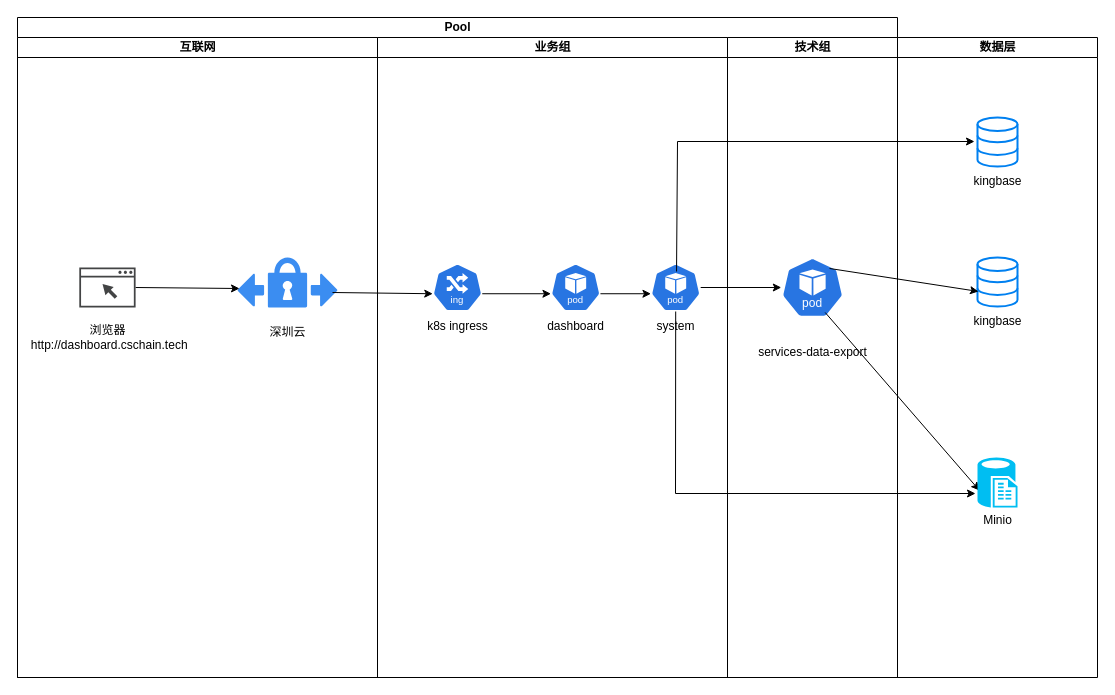
The draw.io diagram 监管服务.drawio in b897846872/blogbackui, before the edit. Source tidied: cells renumbered, new cells numbered last; positions are measured from the earlier drawing's top-left corner, leaving out a move shared by most shapes. Both pictures are drawn from the tidied source at 100%, with x=0, y=0 at pixel (17, 17).
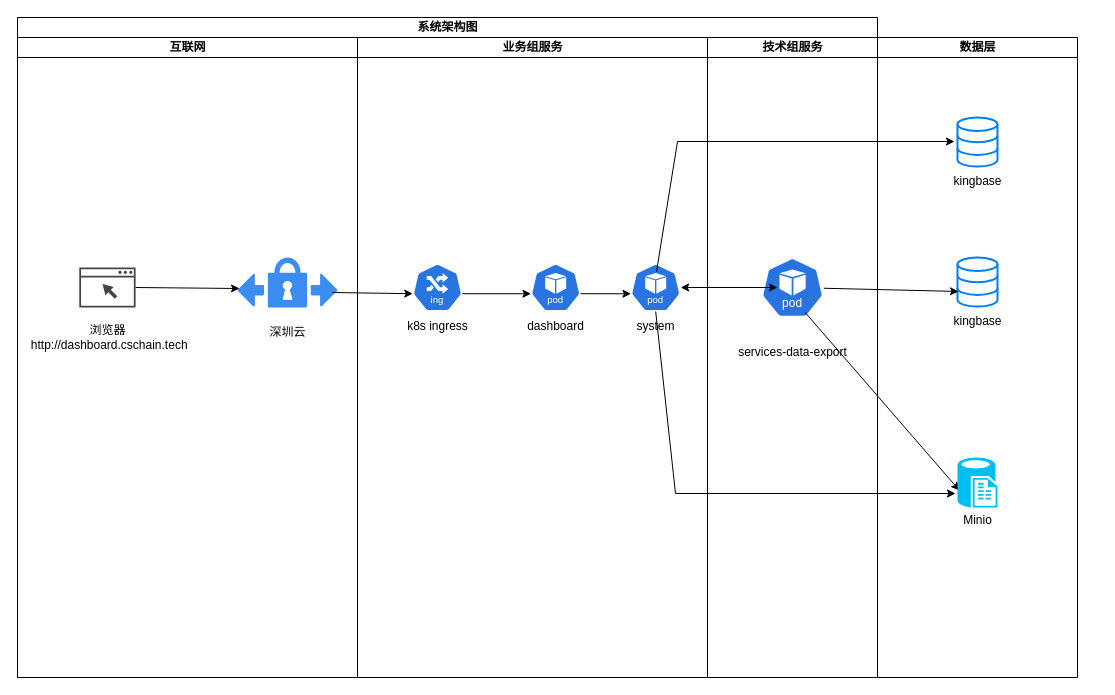
After the change.

Commit message:
更新监管服务.drawio

Unchanged cells that the change refers to:
```xml
<mxCell id="14" style="sketch=0;html=1;dashed=0;whitespace=wrap;verticalLabelPosition=bottom;verticalAlign=top;fillColor=#2875E2;strokeColor=#ffffff;points=[[0.005,0.63,0],[0.1,0.2,0],[0.9,0.2,0],[0.5,0,0],[0.995,0.63,0],[0.72,0.99,0],[0.5,1,0],[0.28,0.99,0]];shape=mxgraph.kubernetes.icon2;kubernetesLabel=1;prIcon=pod;" parent="9" vertex="1">
  <mxGeometry x="273.2" y="226" width="50" height="48" as="geometry" />
</mxCell>
<mxCell id="19" style="sketch=0;html=1;dashed=0;whitespace=wrap;verticalLabelPosition=bottom;verticalAlign=top;fillColor=#2875E2;strokeColor=#ffffff;points=[[0.005,0.63,0],[0.1,0.2,0],[0.9,0.2,0],[0.5,0,0],[0.995,0.63,0],[0.72,0.99,0],[0.5,1,0],[0.28,0.99,0]];shape=mxgraph.kubernetes.icon2;kubernetesLabel=1;prIcon=pod;" parent="18" vertex="1">
  <mxGeometry x="53.8" y="220" width="62.5" height="60" as="geometry" />
</mxCell>
<mxCell id="25" style="html=1;verticalLabelPosition=bottom;align=center;labelBackgroundColor=#ffffff;verticalAlign=top;strokeWidth=2;strokeColor=#0080F0;shadow=0;dashed=0;shape=mxgraph.ios7.icons.data;" parent="24" vertex="1">
  <mxGeometry x="80" y="220" width="40" height="49.1" as="geometry" />
</mxCell>
```

Change to the diagram source:
```diff
@@
-    <mxCell id="2" value="Pool" style="swimlane;startSize=20;html=1;" parent="1" vertex="1">
-      <mxGeometry width="880" height="660" as="geometry" />
+    <mxCell id="2" value="系统架构图" style="swimlane;startSize=20;html=1;" parent="1" vertex="1">
+      <mxGeometry width="860" height="660" as="geometry" />
     </mxCell>
     <mxCell id="3" value="互联网" style="swimlane;startSize=20;html=1;" parent="2" vertex="1">
-      <mxGeometry y="20" width="360" height="640" as="geometry" />
+      <mxGeometry y="20" width="340" height="640" as="geometry" />
     </mxCell>
@@
-    <mxCell id="9" value="业务组" style="swimlane;startSize=20;html=1;" parent="2" vertex="1">
-      <mxGeometry x="360" y="20" width="350" height="640" as="geometry" />
+    <mxCell id="9" value="业务组服务" style="swimlane;startSize=20;html=1;" parent="2" vertex="1">
+      <mxGeometry x="340" y="20" width="350" height="640" as="geometry" />
     </mxCell>
@@
-    <mxCell id="18" value="技术组" style="swimlane;startSize=20;html=1;" parent="2" vertex="1">
-      <mxGeometry x="710" y="20" width="170" height="640" as="geometry" />
+    <mxCell id="18" value="技术组服务" style="swimlane;startSize=20;html=1;" parent="2" vertex="1">
+      <mxGeometry x="690" y="20" width="170" height="640" as="geometry" />
     </mxCell>
@@
-    <mxCell id="23" style="edgeStyle=orthogonalEdgeStyle;rounded=0;jettySize=auto;html=1;" parent="2" edge="1" source="14" target="19">
-      <mxGeometry relative="1" as="geometry" />
-    </mxCell>
+    <mxCell id="34" style="endArrow=classic;startArrow=classic;html=1;rounded=0;" parent="2" edge="1" source="14">
+      <mxGeometry relative="1" as="geometry">
+        <mxPoint x="760" y="270" as="targetPoint" />
+      </mxGeometry>
+    </mxCell>
     <mxCell id="24" value="数据层" style="swimlane;startSize=20;html=1;" parent="1" vertex="1">
-      <mxGeometry x="880" y="20" width="200" height="640" as="geometry" />
+      <mxGeometry x="860" y="20" width="200" height="640" as="geometry" />
     </mxCell>
@@
-    <mxCell id="31" style="endArrow=classic;html=1;rounded=0;entryX=0.025;entryY=0.692;entryDx=0;entryDy=0;entryPerimeter=0;exitX=0.772;exitY=0.183;exitDx=0;exitDy=0;exitPerimeter=0;" parent="1" edge="1" source="19" target="25">
+    <mxCell id="31" style="endArrow=classic;html=1;rounded=0;entryX=0.025;entryY=0.692;entryDx=0;entryDy=0;entryPerimeter=0;" parent="1" edge="1" source="19" target="25">
       <mxGeometry relative="1" as="geometry" />
     </mxCell>
```
